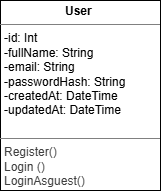
The draw.io diagram uploads/diagrams/sprint1classediagram.drawio.png in guizanimohamed23/report, before a commit. Source tidied: cells renumbered, new cells last; positions are measured from the earlier drawing's top-left corner, leaving out a move shared by most shapes.
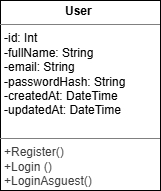
After the commit.

Diff of the diagram source:
```diff
@@ -2,7 +2,7 @@
   <root>
     <mxCell id="0" />
     <mxCell id="1" parent="0" />
-    <mxCell id="2" value="&lt;p style=&quot;margin:0px;margin-top:4px;text-align:center;&quot;&gt;&lt;b&gt;User&amp;nbsp;&lt;/b&gt;&lt;/p&gt;&lt;hr size=&quot;1&quot; style=&quot;border-style:solid;&quot;&gt;&lt;p style=&quot;margin:0px;margin-left:4px;&quot;&gt;-id: Int&lt;/p&gt;&lt;p style=&quot;margin:0px;margin-left:4px;&quot;&gt;-fullName: String&lt;/p&gt;&lt;p style=&quot;margin:0px;margin-left:4px;&quot;&gt;-email: String&lt;/p&gt;&lt;p style=&quot;margin:0px;margin-left:4px;&quot;&gt;-passwordHash: String&lt;/p&gt;&lt;p style=&quot;margin:0px;margin-left:4px;&quot;&gt;-createdAt: DateTime&lt;/p&gt;&lt;p style=&quot;margin:0px;margin-left:4px;&quot;&gt;-updatedAt: DateTime&lt;/p&gt;&lt;p style=&quot;margin:0px;margin-left:4px;&quot;&gt;&lt;br&gt;&lt;/p&gt;&lt;hr size=&quot;1&quot; style=&quot;border-style:solid;&quot;&gt;&lt;p style=&quot;color: rgb(63, 63, 63); scrollbar-color: rgb(226, 226, 226) rgb(251, 251, 251); margin: 0px 0px 0px 4px;&quot;&gt;Register()&lt;/p&gt;&lt;p style=&quot;color: rgb(63, 63, 63); scrollbar-color: rgb(226, 226, 226) rgb(251, 251, 251); margin: 0px 0px 0px 4px;&quot;&gt;Login ()&lt;/p&gt;&lt;p style=&quot;color: rgb(63, 63, 63); scrollbar-color: rgb(226, 226, 226) rgb(251, 251, 251); margin: 0px 0px 0px 4px;&quot;&gt;LoginAsguest()&lt;/p&gt;" style="verticalAlign=top;align=left;overflow=fill;html=1;whiteSpace=wrap;" parent="1" vertex="1">
+    <mxCell id="2" value="&lt;p style=&quot;margin:0px;margin-top:4px;text-align:center;&quot;&gt;&lt;b&gt;User&amp;nbsp;&lt;/b&gt;&lt;/p&gt;&lt;hr size=&quot;1&quot; style=&quot;border-style:solid;&quot;&gt;&lt;p style=&quot;margin:0px;margin-left:4px;&quot;&gt;-id: Int&lt;/p&gt;&lt;p style=&quot;margin:0px;margin-left:4px;&quot;&gt;-fullName: String&lt;/p&gt;&lt;p style=&quot;margin:0px;margin-left:4px;&quot;&gt;-email: String&lt;/p&gt;&lt;p style=&quot;margin:0px;margin-left:4px;&quot;&gt;-passwordHash: String&lt;/p&gt;&lt;p style=&quot;margin:0px;margin-left:4px;&quot;&gt;-createdAt: DateTime&lt;/p&gt;&lt;p style=&quot;margin:0px;margin-left:4px;&quot;&gt;-updatedAt: DateTime&lt;/p&gt;&lt;p style=&quot;margin:0px;margin-left:4px;&quot;&gt;&lt;br&gt;&lt;/p&gt;&lt;hr size=&quot;1&quot; style=&quot;border-style:solid;&quot;&gt;&lt;p style=&quot;color: rgb(63, 63, 63); scrollbar-color: rgb(226, 226, 226) rgb(251, 251, 251); margin: 0px 0px 0px 4px;&quot;&gt;+Register()&lt;/p&gt;&lt;p style=&quot;color: rgb(63, 63, 63); scrollbar-color: rgb(226, 226, 226) rgb(251, 251, 251); margin: 0px 0px 0px 4px;&quot;&gt;+Login ()&lt;/p&gt;&lt;p style=&quot;color: rgb(63, 63, 63); scrollbar-color: rgb(226, 226, 226) rgb(251, 251, 251); margin: 0px 0px 0px 4px;&quot;&gt;+LoginAsguest()&lt;/p&gt;" style="verticalAlign=top;align=left;overflow=fill;html=1;whiteSpace=wrap;" parent="1" vertex="1">
       <mxGeometry width="160" height="190" as="geometry" />
     </mxCell>
   </root>
```
